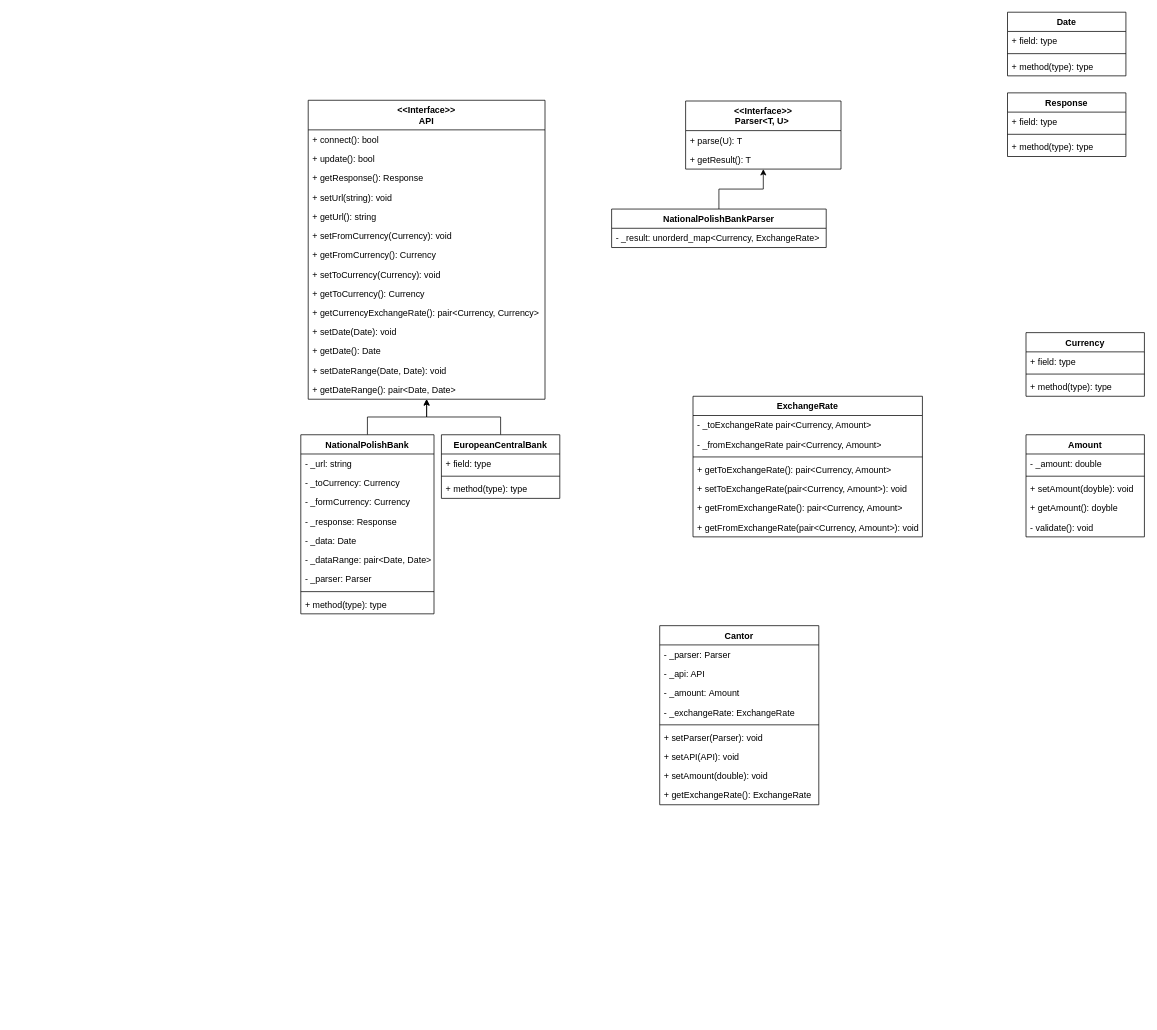
The draw.io diagram UML_diagram.drawio in MateuszMiekicki/change_currencies, before the edit. Source tidied: cells renumbered, new cells numbered last; positions are measured from the earlier drawing's top-left corner, leaving out a move shared by most shapes. Both pictures are drawn from the tidied source at 74%, with x=0, y=0 at pixel (300, 12).
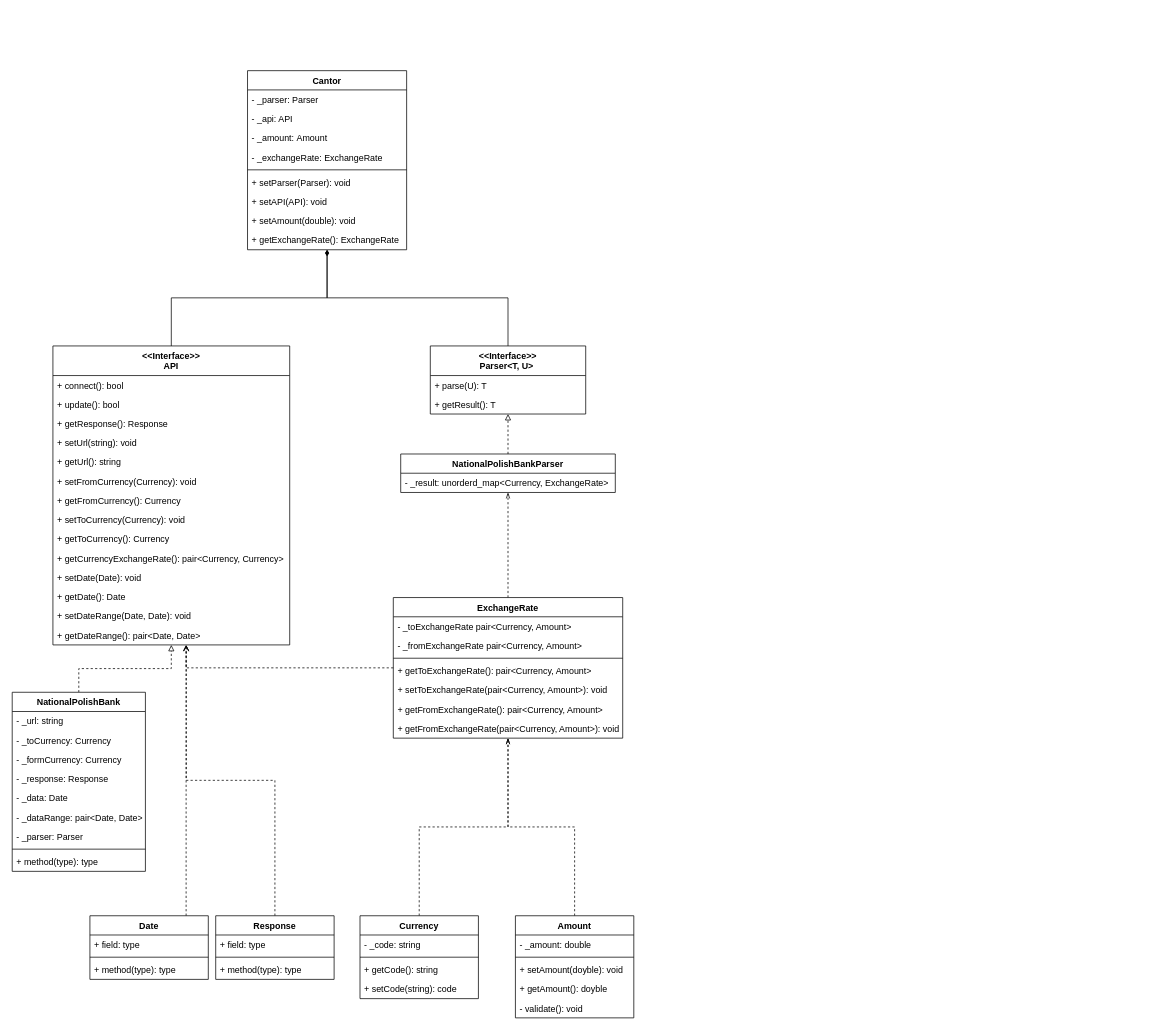
After the change.

Commit message:
Small changes in UML model.

The change refers to these unchanged cells:
```xml
<mxCell id="16" value="+ getDateRange(): pair&lt;Date, Date&gt;" style="text;strokeColor=none;fillColor=none;align=left;verticalAlign=top;spacingLeft=4;spacingRight=4;overflow=hidden;points=[[0,0.5],[1,0.5]];portConstraint=eastwest;" parent="2" vertex="1">
  <mxGeometry y="378" width="320" height="26" as="geometry" />
</mxCell>
```

What changed in the source:
```diff
@@
+    <mxCell id="75" style="edgeStyle=orthogonalEdgeStyle;rounded=0;jettySize=auto;html=1;endArrow=diamondThin;endFill=1;" parent="1" edge="1" source="2" target="65">
+      <mxGeometry relative="1" as="geometry" />
+    </mxCell>
     <mxCell id="2" value="&lt;&lt;Interface&gt;&gt;&#10;API" style="swimlane;fontStyle=1;align=center;verticalAlign=top;horizontal=1;startSize=40;" parent="1" vertex="1">
-      <mxGeometry x="10" y="119" width="320" height="404" as="geometry" />
+      <mxGeometry x="-335" y="451" width="320" height="404" as="geometry" />
     </mxCell>
@@
-    <mxCell id="17" style="edgeStyle=orthogonalEdgeStyle;rounded=0;jettySize=auto;html=1;startSize=40;" parent="1" edge="1" source="18" target="2">
-      <mxGeometry relative="1" as="geometry" />
-    </mxCell>
-    <mxCell id="18" value="EuropeanCentralBank" style="swimlane;fontStyle=1;align=center;verticalAlign=top;horizontal=1;startSize=26;" parent="1" vertex="1">
-      <mxGeometry x="190" y="571" width="160" height="86" as="geometry" />
-    </mxCell>
-    <mxCell id="19" value="+ field: type" style="text;strokeColor=none;fillColor=none;align=left;verticalAlign=top;spacingLeft=4;spacingRight=4;overflow=hidden;" parent="18" vertex="1">
-      <mxGeometry y="26" width="160" height="26" as="geometry" />
-    </mxCell>
-    <mxCell id="20" style="line;strokeWidth=1;fillColor=none;align=left;verticalAlign=middle;spacingTop=-1;spacingLeft=3;spacingRight=3;labelPosition=right;" parent="18" vertex="1">
-      <mxGeometry y="52" width="160" height="8" as="geometry" />
-    </mxCell>
-    <mxCell id="21" value="+ method(type): type" style="text;strokeColor=none;fillColor=none;align=left;verticalAlign=top;spacingLeft=4;spacingRight=4;overflow=hidden;" parent="18" vertex="1">
-      <mxGeometry y="60" width="160" height="26" as="geometry" />
-    </mxCell>
-    <mxCell id="22" style="edgeStyle=orthogonalEdgeStyle;rounded=0;jettySize=auto;html=1;startSize=40;" parent="1" edge="1" source="23" target="2">
+    <mxCell id="22" style="edgeStyle=orthogonalEdgeStyle;rounded=0;jettySize=auto;html=1;startSize=40;endArrow=block;endFill=0;dashed=1;" parent="1" edge="1" source="23" target="2">
       <mxGeometry relative="1" as="geometry" />
     </mxCell>
     <mxCell id="23" value="NationalPolishBank&#10;&#10;" style="swimlane;fontStyle=1;align=center;verticalAlign=top;horizontal=1;startSize=26;" parent="1" vertex="1">
-      <mxGeometry y="571" width="180" height="242" as="geometry" />
+      <mxGeometry x="-390" y="919" width="180" height="242" as="geometry" />
     </mxCell>
@@
+    <mxCell id="76" style="edgeStyle=orthogonalEdgeStyle;rounded=0;jettySize=auto;html=1;dashed=1;endArrow=openThin;endFill=0;" parent="1" edge="1" source="33" target="51">
+      <mxGeometry relative="1" as="geometry" />
+    </mxCell>
     <mxCell id="33" value="Currency" style="swimlane;fontStyle=1;align=center;verticalAlign=top;horizontal=1;startSize=26;" parent="1" vertex="1">
-      <mxGeometry x="980" y="433" width="160" height="86" as="geometry" />
+      <mxGeometry x="80" y="1221" width="160" height="112" as="geometry" />
     </mxCell>
-    <mxCell id="34" value="+ field: type" style="text;strokeColor=none;fillColor=none;align=left;verticalAlign=top;spacingLeft=4;spacingRight=4;overflow=hidden;" parent="33" vertex="1">
+    <mxCell id="34" value="- _code: string" style="text;strokeColor=none;fillColor=none;align=left;verticalAlign=top;spacingLeft=4;spacingRight=4;overflow=hidden;" parent="33" vertex="1">
       <mxGeometry y="26" width="160" height="26" as="geometry" />
     </mxCell>
@@
+    <mxCell id="77" value="+ getCode(): string" style="text;strokeColor=none;fillColor=none;align=left;verticalAlign=top;spacingLeft=4;spacingRight=4;overflow=hidden;" parent="33" vertex="1">
+      <mxGeometry y="60" width="160" height="26" as="geometry" />
+    </mxCell>
-    <mxCell id="36" value="+ method(type): type" style="text;strokeColor=none;fillColor=none;align=left;verticalAlign=top;spacingLeft=4;spacingRight=4;overflow=hidden;" parent="33" vertex="1">
-      <mxGeometry y="60" width="160" height="26" as="geometry" />
+    <mxCell id="36" value="+ setCode(string): code" style="text;strokeColor=none;fillColor=none;align=left;verticalAlign=top;spacingLeft=4;spacingRight=4;overflow=hidden;" parent="33" vertex="1">
+      <mxGeometry y="86" width="160" height="26" as="geometry" />
     </mxCell>
+    <mxCell id="78" style="edgeStyle=orthogonalEdgeStyle;rounded=0;jettySize=auto;html=1;entryX=0.563;entryY=1.007;entryDx=0;entryDy=0;entryPerimeter=0;endArrow=open;endFill=0;dashed=1;" parent="1" edge="1" source="37" target="16">
+      <mxGeometry relative="1" as="geometry" />
+    </mxCell>
     <mxCell id="37" value="Response" style="swimlane;fontStyle=1;align=center;verticalAlign=top;horizontal=1;startSize=26;" parent="1" vertex="1">
-      <mxGeometry x="955" y="109" width="160" height="86" as="geometry" />
+      <mxGeometry x="-115" y="1221" width="160" height="86" as="geometry" />
     </mxCell>
@@
+    <mxCell id="79" style="edgeStyle=orthogonalEdgeStyle;rounded=0;jettySize=auto;html=1;endArrow=open;endFill=0;dashed=1;" parent="1" edge="1" source="41" target="2">
+      <mxGeometry relative="1" as="geometry">
+        <Array as="points">
+          <mxPoint x="-155" y="1131" />
+          <mxPoint x="-155" y="1131" />
+        </Array>
+      </mxGeometry>
+    </mxCell>
     <mxCell id="41" value="Date" style="swimlane;fontStyle=1;align=center;verticalAlign=top;horizontal=1;startSize=26;" parent="1" vertex="1">
-      <mxGeometry x="955" width="160" height="86" as="geometry" />
+      <mxGeometry x="-285" y="1221" width="160" height="86" as="geometry" />
     </mxCell>
@@
+    <mxCell id="80" style="edgeStyle=orthogonalEdgeStyle;rounded=0;jettySize=auto;html=1;endArrow=diamondThin;endFill=1;exitX=0.5;exitY=0;exitDx=0;exitDy=0;" parent="1" edge="1" source="45" target="65">
+      <mxGeometry relative="1" as="geometry" />
+    </mxCell>
     <mxCell id="45" value="&lt;&lt;Interface&gt;&gt;&#10;Parser&lt;T, U&gt; " style="swimlane;fontStyle=1;align=center;verticalAlign=top;horizontal=1;startSize=40;" parent="1" vertex="1">
-      <mxGeometry x="520" y="120" width="210" height="92" as="geometry" />
+      <mxGeometry x="175" y="451" width="210" height="92" as="geometry" />
     </mxCell>
@@
-    <mxCell id="48" style="edgeStyle=orthogonalEdgeStyle;rounded=0;jettySize=auto;html=1;startSize=40;" parent="1" edge="1" source="49" target="45">
+    <mxCell id="48" style="edgeStyle=orthogonalEdgeStyle;rounded=0;jettySize=auto;html=1;startSize=40;endArrow=block;endFill=0;dashed=1;" parent="1" edge="1" source="49" target="45">
       <mxGeometry relative="1" as="geometry" />
     </mxCell>
     <mxCell id="49" value="NationalPolishBankParser" style="swimlane;fontStyle=1;align=center;verticalAlign=top;horizontal=1;startSize=26;" parent="1" vertex="1">
-      <mxGeometry x="420" y="266" width="290" height="52" as="geometry" />
+      <mxGeometry x="135" y="597" width="290" height="52" as="geometry" />
     </mxCell>
@@
+    <mxCell id="81" style="edgeStyle=orthogonalEdgeStyle;rounded=0;jettySize=auto;html=1;dashed=1;endArrow=openThin;endFill=0;" parent="1" edge="1" source="51" target="49">
+      <mxGeometry relative="1" as="geometry" />
+    </mxCell>
+    <mxCell id="82" style="edgeStyle=orthogonalEdgeStyle;rounded=0;jettySize=auto;html=1;endArrow=open;endFill=0;dashed=1;entryX=0.563;entryY=1.017;entryDx=0;entryDy=0;entryPerimeter=0;" parent="1" edge="1" source="51" target="16">
+      <mxGeometry relative="1" as="geometry">
+        <Array as="points">
+          <mxPoint x="-155" y="886" />
+          <mxPoint x="-155" y="869" />
+          <mxPoint x="-155" y="869" />
+        </Array>
+      </mxGeometry>
+    </mxCell>
     <mxCell id="51" value="ExchangeRate" style="swimlane;fontStyle=1;align=center;verticalAlign=top;horizontal=1;startSize=26;" parent="1" vertex="1">
-      <mxGeometry x="530" y="519" width="310" height="190" as="geometry" />
+      <mxGeometry x="125" y="791" width="310" height="190" as="geometry" />
     </mxCell>
@@
+    <mxCell id="83" style="edgeStyle=orthogonalEdgeStyle;rounded=0;jettySize=auto;html=1;dashed=1;endArrow=openThin;endFill=0;" parent="1" edge="1" source="59" target="51">
+      <mxGeometry relative="1" as="geometry" />
+    </mxCell>
     <mxCell id="59" value="Amount" style="swimlane;fontStyle=1;align=center;verticalAlign=top;horizontal=1;startSize=26;" parent="1" vertex="1">
-      <mxGeometry x="980" y="571" width="160" height="138" as="geometry" />
+      <mxGeometry x="290" y="1221" width="160" height="138" as="geometry" />
     </mxCell>
@@
     <mxCell id="65" value="Cantor" style="swimlane;fontStyle=1;align=center;verticalAlign=top;horizontal=1;startSize=26;" parent="1" vertex="1">
-      <mxGeometry x="485" y="829" width="215" height="242" as="geometry" />
+      <mxGeometry x="-72" y="79" width="215" height="242" as="geometry" />
     </mxCell>
```
